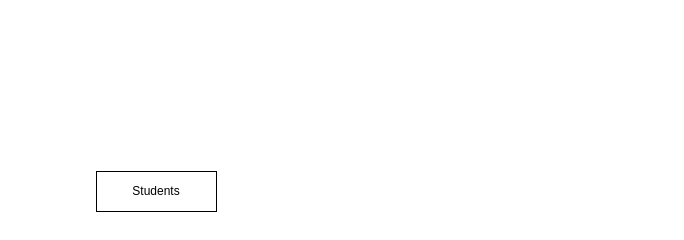
Before: Untitled Diagram.drawio in yousief784/ASB.NET-LEARN, a draw.io diagram. Source tidied: cells renumbered, new cells numbered last; positions are measured from the earlier drawing's top-left corner, leaving out a move shared by most shapes. Both pictures are drawn from the tidied source at 100%, with x=0, y=0 at pixel (96, 171).
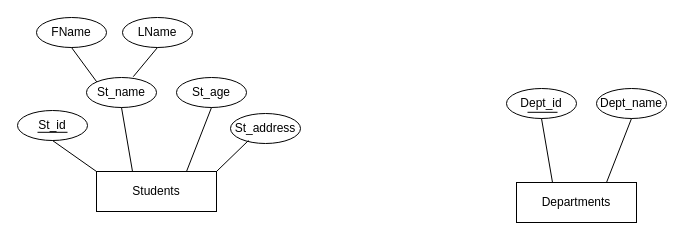
After the change.

Change to the diagram source:
```diff
@@
-    <mxCell id="2" value="Students" style="rounded=0;whiteSpace=wrap;html=1;" parent="1" vertex="1">
+    <mxCell id="2" value="Students" style="rounded=0;whiteSpace=wrap;html=1;direction=east;" parent="1" vertex="1">
       <mxGeometry width="120" height="40" as="geometry" />
     </mxCell>
+    <mxCell id="3" value="St_id" style="ellipse;whiteSpace=wrap;html=1;" parent="1" vertex="1">
+      <mxGeometry x="-79" y="-61" width="70" height="30" as="geometry" />
+    </mxCell>
+    <mxCell id="4" value="St_name" style="ellipse;whiteSpace=wrap;html=1;" parent="1" vertex="1">
+      <mxGeometry x="-10" y="-94" width="70" height="30" as="geometry" />
+    </mxCell>
+    <mxCell id="5" value="FName" style="ellipse;whiteSpace=wrap;html=1;" parent="1" vertex="1">
+      <mxGeometry x="-60" y="-154" width="70" height="30" as="geometry" />
+    </mxCell>
+    <mxCell id="6" value="LName" style="ellipse;whiteSpace=wrap;html=1;" parent="1" vertex="1">
+      <mxGeometry x="26" y="-154" width="70" height="30" as="geometry" />
+    </mxCell>
+    <mxCell id="7" value="St_age" style="ellipse;whiteSpace=wrap;html=1;" parent="1" vertex="1">
+      <mxGeometry x="80" y="-94" width="70" height="30" as="geometry" />
+    </mxCell>
+    <mxCell id="8" value="St_address" style="ellipse;whiteSpace=wrap;html=1;" parent="1" vertex="1">
+      <mxGeometry x="134" y="-58" width="70" height="30" as="geometry" />
+    </mxCell>
+    <mxCell id="9" style="endArrow=none;html=1;rounded=0;entryX=0.257;entryY=0.9;entryDx=0;entryDy=0;entryPerimeter=0;exitX=1;exitY=0;exitDx=0;exitDy=0;" parent="1" edge="1" source="2" target="8">
+      <mxGeometry relative="1" as="geometry" />
+    </mxCell>
+    <mxCell id="10" style="endArrow=none;html=1;rounded=0;entryX=0.5;entryY=1;entryDx=0;entryDy=0;exitX=0.75;exitY=0;exitDx=0;exitDy=0;" parent="1" edge="1" source="2" target="7">
+      <mxGeometry relative="1" as="geometry" />
+    </mxCell>
+    <mxCell id="11" style="endArrow=none;html=1;rounded=0;entryX=0.5;entryY=1;entryDx=0;entryDy=0;exitX=0.75;exitY=0;exitDx=0;exitDy=0;" parent="1" edge="1" target="4">
+      <mxGeometry relative="1" as="geometry">
+        <mxPoint x="36" as="sourcePoint" />
+      </mxGeometry>
+    </mxCell>
+    <mxCell id="12" style="endArrow=none;html=1;rounded=0;entryX=0.5;entryY=1;entryDx=0;entryDy=0;exitX=0;exitY=0;exitDx=0;exitDy=0;" parent="1" edge="1" source="2" target="3">
+      <mxGeometry relative="1" as="geometry" />
+    </mxCell>
+    <mxCell id="13" style="endArrow=none;html=1;rounded=0;entryX=0.5;entryY=1;entryDx=0;entryDy=0;exitX=0;exitY=0;exitDx=0;exitDy=0;" parent="1" edge="1" source="4" target="5">
+      <mxGeometry relative="1" as="geometry" />
+    </mxCell>
+    <mxCell id="14" style="endArrow=none;html=1;rounded=0;entryX=0.5;entryY=1;entryDx=0;entryDy=0;exitX=0.668;exitY=-0.027;exitDx=0;exitDy=0;exitPerimeter=0;" parent="1" edge="1" source="4" target="6">
+      <mxGeometry relative="1" as="geometry" />
+    </mxCell>
+    <mxCell id="15" value="Departments" style="rounded=0;whiteSpace=wrap;html=1;direction=east;" parent="1" vertex="1">
+      <mxGeometry x="420" y="11" width="120" height="40" as="geometry" />
+    </mxCell>
+    <mxCell id="16" value="Dept_id" style="ellipse;whiteSpace=wrap;html=1;" parent="1" vertex="1">
+      <mxGeometry x="410" y="-83" width="70" height="30" as="geometry" />
+    </mxCell>
+    <mxCell id="17" value="Dept_name" style="ellipse;whiteSpace=wrap;html=1;" parent="1" vertex="1">
+      <mxGeometry x="500" y="-83" width="70" height="30" as="geometry" />
+    </mxCell>
+    <mxCell id="18" style="endArrow=none;html=1;rounded=0;entryX=0.5;entryY=1;entryDx=0;entryDy=0;exitX=0.75;exitY=0;exitDx=0;exitDy=0;" parent="1" edge="1" source="15" target="17">
+      <mxGeometry relative="1" as="geometry" />
+    </mxCell>
+    <mxCell id="19" style="endArrow=none;html=1;rounded=0;entryX=0.5;entryY=1;entryDx=0;entryDy=0;exitX=0.75;exitY=0;exitDx=0;exitDy=0;" parent="1" edge="1" target="16">
+      <mxGeometry relative="1" as="geometry">
+        <mxPoint x="456" y="11" as="sourcePoint" />
+      </mxGeometry>
+    </mxCell>
+    <mxCell id="20" style="endArrow=none;html=1;rounded=0;" parent="1" edge="1">
+      <mxGeometry relative="1" as="geometry">
+        <mxPoint x="-59" y="-39.2" as="sourcePoint" />
+        <mxPoint x="-29" y="-39.2" as="targetPoint" />
+      </mxGeometry>
+    </mxCell>
+    <mxCell id="21" style="endArrow=none;html=1;rounded=0;" parent="1" edge="1">
+      <mxGeometry relative="1" as="geometry">
+        <mxPoint x="431" y="-59.2" as="sourcePoint" />
+        <mxPoint x="461" y="-59.2" as="targetPoint" />
+      </mxGeometry>
+    </mxCell>
```
